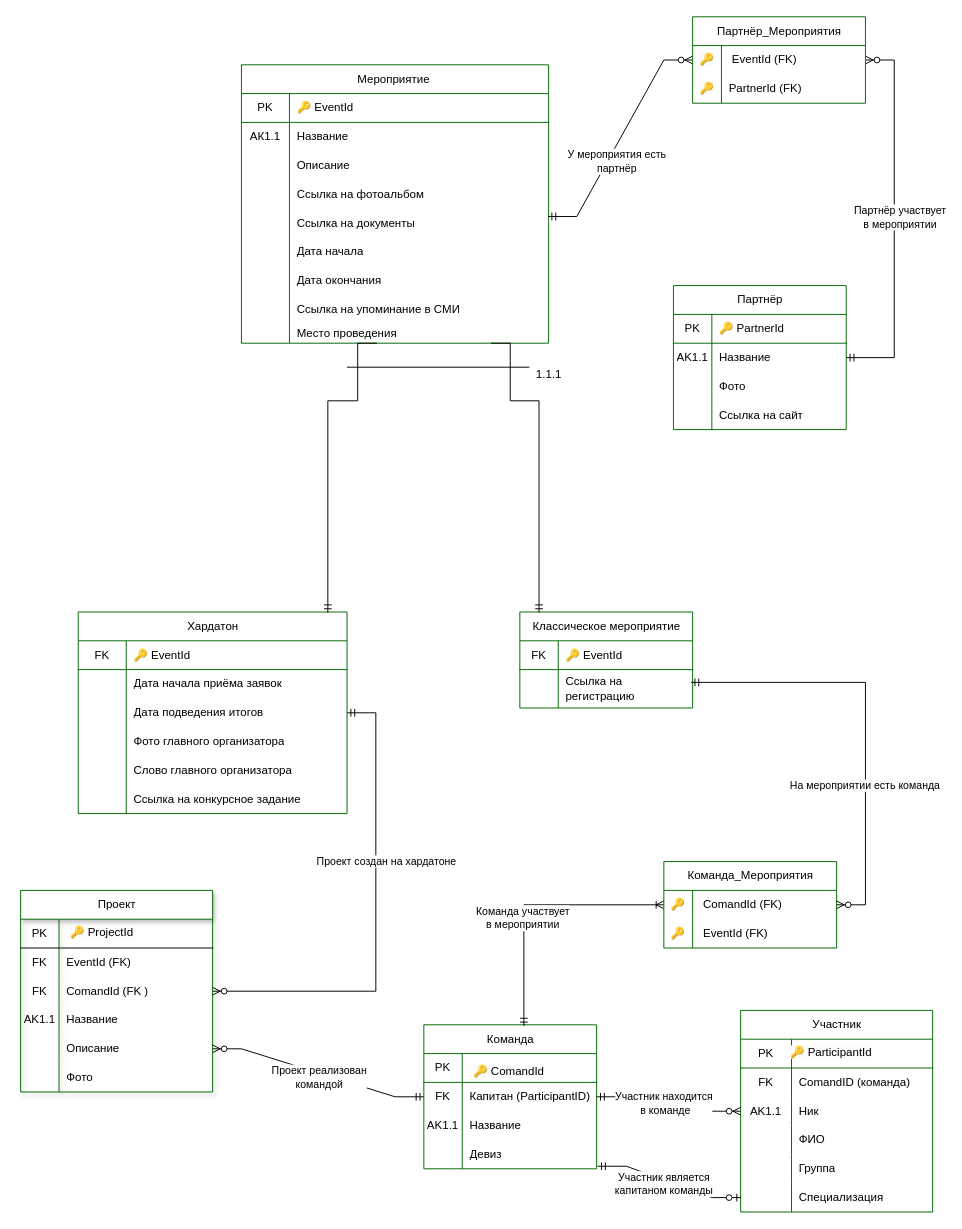
The draw.io diagram lab4/ER-SOM.drawio in Encapsulateed/data-base-labs, before the edit. Source tidied: cells renumbered, new cells numbered last; positions are measured from the earlier drawing's top-left corner, leaving out a move shared by most shapes. Both pictures are drawn from the tidied source at 96%, with x=0, y=0 at pixel (20, 16).
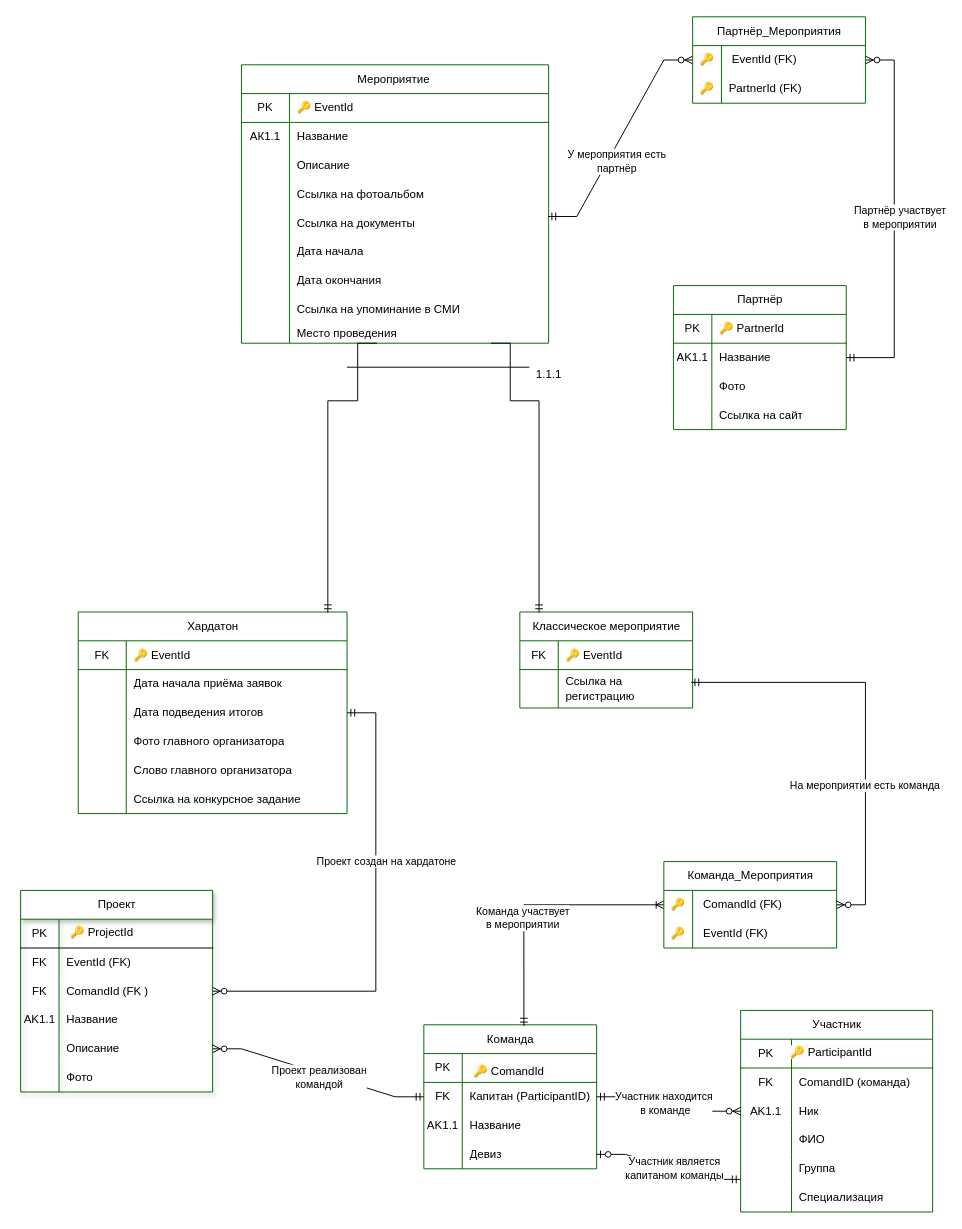
After the change.

Unchanged cells that the change refers to:
```xml
<mxCell id="72" style="shape=tableRow;horizontal=0;startSize=0;swimlaneHead=0;swimlaneBody=0;fillColor=none;points=[[0,0.5],[1,0.5]];portConstraint=eastwest;top=0;left=0;right=0;bottom=0;strokeColor=#006600;fontStyle=0;" parent="62" vertex="1">
  <mxGeometry y="120" width="180" height="30" as="geometry" />
</mxCell>
<mxCell id="88" style="shape=tableRow;horizontal=0;startSize=0;swimlaneHead=0;swimlaneBody=0;fillColor=none;points=[[0,0.5],[1,0.5]];portConstraint=eastwest;top=0;left=0;right=0;bottom=0;strokeColor=#006600;fontStyle=0;" parent="75" vertex="1">
  <mxGeometry y="150" width="200" height="30" as="geometry" />
</mxCell>
<mxCell id="91" style="shape=tableRow;horizontal=0;startSize=0;swimlaneHead=0;swimlaneBody=0;fillColor=none;points=[[0,0.5],[1,0.5]];portConstraint=eastwest;top=0;left=0;right=0;bottom=0;strokeColor=#006600;fontStyle=0;" parent="75" vertex="1">
  <mxGeometry y="180" width="200" height="30" as="geometry" />
</mxCell>
```

The edit, as a diff of the source:
```diff
@@
-    <mxCell id="111" style="edgeStyle=entityRelationEdgeStyle;fontSize=12;html=1;endArrow=ERzeroToOne;startArrow=ERmandOne;rounded=0;exitX=1.006;exitY=0.911;exitDx=0;exitDy=0;exitPerimeter=0;entryX=0;entryY=0.5;entryDx=0;entryDy=0;fontStyle=0;" parent="1" edge="1" source="72" target="91">
+    <mxCell id="111" style="edgeStyle=entityRelationEdgeStyle;fontSize=12;html=1;endArrow=ERzeroToOne;startArrow=ERmandOne;rounded=0;exitX=-0.003;exitY=0.867;exitDx=0;exitDy=0;exitPerimeter=0;fontStyle=0;" parent="1" edge="1" source="88" target="72">
       <mxGeometry relative="1" as="geometry" />
     </mxCell>
     <mxCell id="112" value="Участник является&lt;br&gt;капитаном команды" style="edgeLabel;html=1;align=center;verticalAlign=middle;fontStyle=0;" parent="111" vertex="1">
       <mxGeometry x="-0.36" y="3" relative="1" as="geometry">
-        <mxPoint x="19" y="14" as="offset" />
+        <mxPoint x="-20" y="-9" as="offset" />
       </mxGeometry>
     </mxCell>
```
